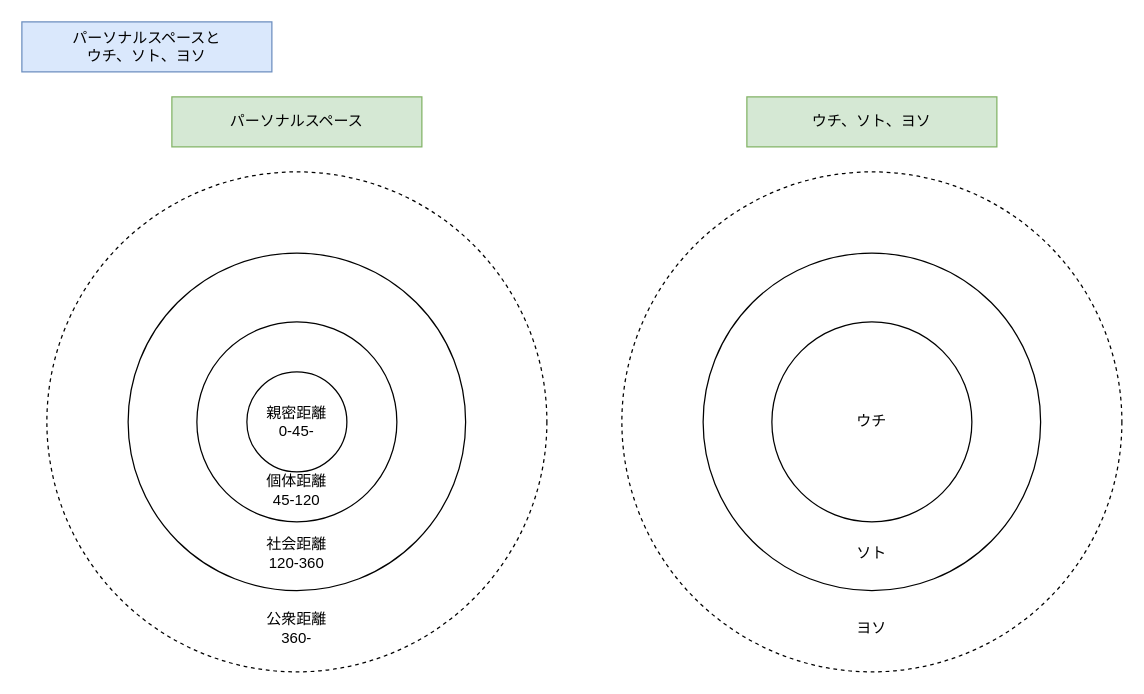
This is qiita_memory_2_space.drawio from YossyIto/booklog_drowio, a draw.io file, before an edit. Source tidied: cells renumbered, new cells numbered last; positions are measured from the earlier drawing's top-left corner, leaving out a move shared by most shapes. Both pictures are drawn from the tidied source at 125%, with x=0, y=0 at pixel (21, 21).
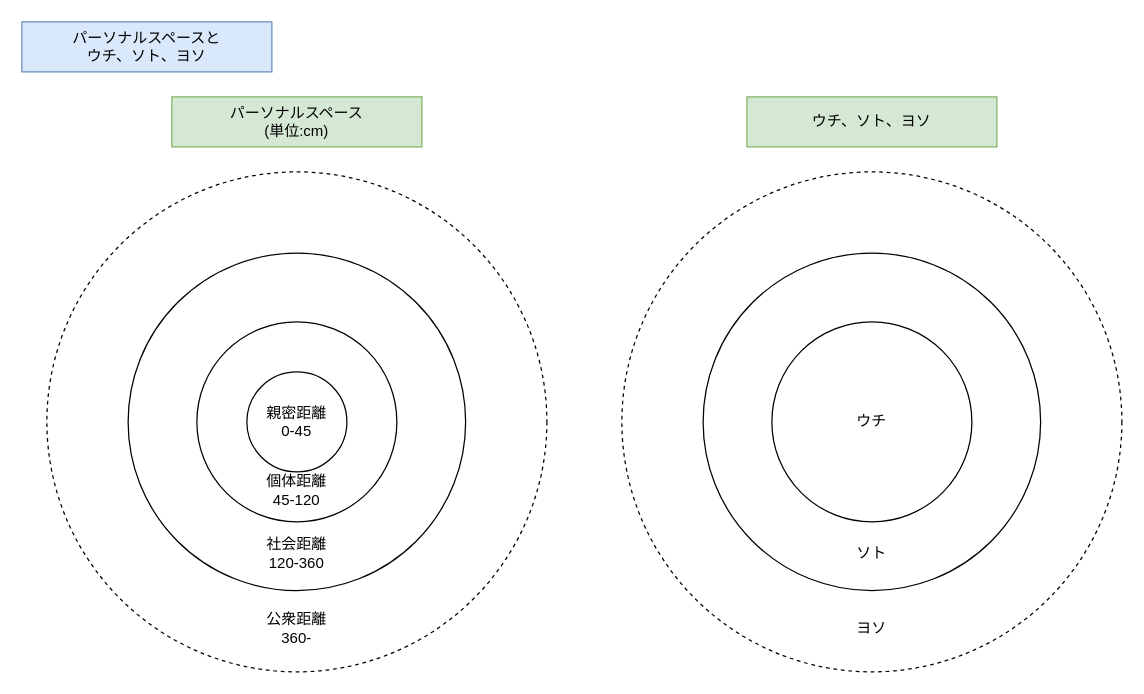
The same diagram, later.

Commit message (it also covers changes not shown here):
qiita_memory_2_space.drawio を更新します

The edit, as a diff of the source:
```diff
@@
 <mxGraphModel>
   <root>
     <mxCell id="0" />
     <mxCell id="1" parent="0" />
     <mxCell id="2" style="ellipse;whiteSpace=wrap;html=1;dashed=1;" parent="1" vertex="1">
       <mxGeometry x="20" y="120" width="400" height="400" as="geometry" />
     </mxCell>
     <mxCell id="3" style="ellipse;whiteSpace=wrap;html=1;" parent="1" vertex="1">
       <mxGeometry x="85" y="185" width="270" height="270" as="geometry" />
     </mxCell>
     <mxCell id="4" style="ellipse;whiteSpace=wrap;html=1;" parent="1" vertex="1">
       <mxGeometry x="140" y="240" width="160" height="160" as="geometry" />
     </mxCell>
     <mxCell id="5" value="パーソナルスペースと&lt;div&gt;ウチ、ソト、ヨソ&lt;/div&gt;" style="text;html=1;align=center;verticalAlign=middle;whiteSpace=wrap;rounded=0;fillColor=#dae8fc;strokeColor=#6c8ebf;" parent="1" vertex="1">
       <mxGeometry width="200" height="40" as="geometry" />
     </mxCell>
     <mxCell id="6" style="ellipse;whiteSpace=wrap;html=1;" parent="1" vertex="1">
       <mxGeometry x="180" y="280" width="80" height="80" as="geometry" />
     </mxCell>
     <mxCell id="7" value="公衆距離&lt;div&gt;360-&lt;/div&gt;" style="text;html=1;align=center;verticalAlign=middle;whiteSpace=wrap;rounded=0;" parent="1" vertex="1">
       <mxGeometry x="180" y="470" width="80" height="30" as="geometry" />
     </mxCell>
     <mxCell id="8" value="社会距離&lt;div&gt;120-360&lt;/div&gt;" style="text;html=1;align=center;verticalAlign=middle;whiteSpace=wrap;rounded=0;" parent="1" vertex="1">
       <mxGeometry x="180" y="410" width="80" height="30" as="geometry" />
     </mxCell>
     <mxCell id="9" value="個体距離&lt;div&gt;45-120&lt;/div&gt;" style="text;html=1;align=center;verticalAlign=middle;whiteSpace=wrap;rounded=0;" parent="1" vertex="1">
       <mxGeometry x="180" y="360" width="80" height="30" as="geometry" />
     </mxCell>
-    <mxCell id="10" value="親密距離&lt;div&gt;0-45-&lt;/div&gt;" style="text;html=1;align=center;verticalAlign=middle;whiteSpace=wrap;rounded=0;" parent="1" vertex="1">
+    <mxCell id="10" value="親密距離&lt;div&gt;0-45&lt;/div&gt;" style="text;html=1;align=center;verticalAlign=middle;whiteSpace=wrap;rounded=0;" parent="1" vertex="1">
       <mxGeometry x="180" y="305" width="80" height="30" as="geometry" />
     </mxCell>
-    <mxCell id="11" value="パーソナルスペース" style="text;html=1;align=center;verticalAlign=middle;whiteSpace=wrap;rounded=0;fillColor=#d5e8d4;strokeColor=#82b366;" parent="1" vertex="1">
+    <mxCell id="11" value="パーソナルスペース&lt;div&gt;(単位:cm)&lt;/div&gt;" style="text;html=1;align=center;verticalAlign=middle;whiteSpace=wrap;rounded=0;fillColor=#d5e8d4;strokeColor=#82b366;" parent="1" vertex="1">
       <mxGeometry x="120" y="60" width="200" height="40" as="geometry" />
     </mxCell>
     <mxCell id="12" style="ellipse;whiteSpace=wrap;html=1;dashed=1;" parent="1" vertex="1">
       <mxGeometry x="480" y="120" width="400" height="400" as="geometry" />
     </mxCell>
     <mxCell id="13" style="ellipse;whiteSpace=wrap;html=1;" parent="1" vertex="1">
       <mxGeometry x="545" y="185" width="270" height="270" as="geometry" />
     </mxCell>
     <mxCell id="14" style="ellipse;whiteSpace=wrap;html=1;" parent="1" vertex="1">
       <mxGeometry x="600" y="240" width="160" height="160" as="geometry" />
     </mxCell>
     <mxCell id="15" value="ヨソ" style="text;html=1;align=center;verticalAlign=middle;whiteSpace=wrap;rounded=0;" parent="1" vertex="1">
       <mxGeometry x="640" y="470" width="80" height="30" as="geometry" />
     </mxCell>
     <mxCell id="16" value="ソト" style="text;html=1;align=center;verticalAlign=middle;whiteSpace=wrap;rounded=0;" parent="1" vertex="1">
       <mxGeometry x="640" y="410" width="80" height="30" as="geometry" />
     </mxCell>
     <mxCell id="17" value="ウチ" style="text;html=1;align=center;verticalAlign=middle;whiteSpace=wrap;rounded=0;" parent="1" vertex="1">
       <mxGeometry x="640" y="305" width="80" height="30" as="geometry" />
     </mxCell>
     <mxCell id="18" value="ウチ、ソト、ヨソ" style="text;html=1;align=center;verticalAlign=middle;whiteSpace=wrap;rounded=0;fillColor=#d5e8d4;strokeColor=#82b366;" parent="1" vertex="1">
       <mxGeometry x="580" y="60" width="200" height="40" as="geometry" />
     </mxCell>
   </root>
 </mxGraphModel>
```
